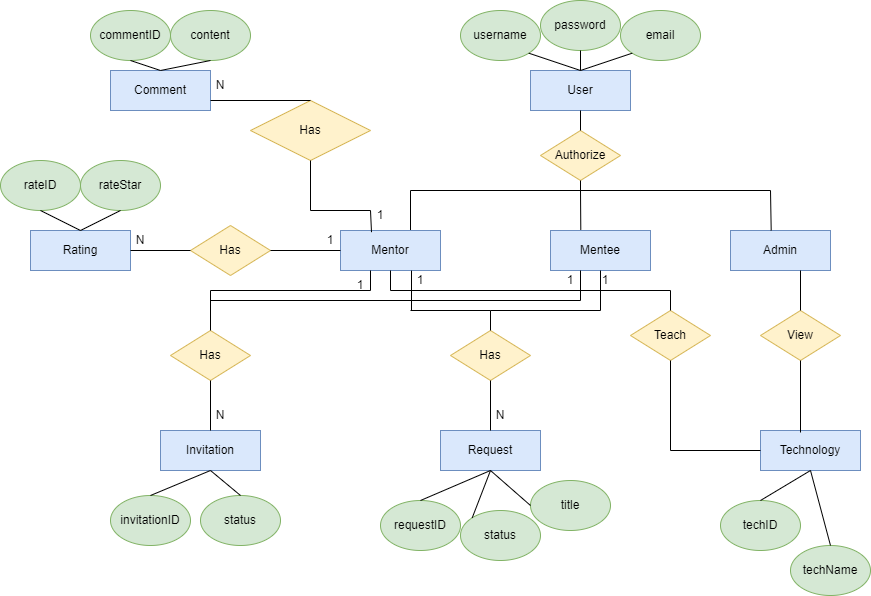
Above: demoERD.drawio.png in dungdt23/SWP391_Document (draw.io), before the change. Source tidied: cells renumbered, new cells last; positions are measured from the earlier drawing's top-left corner, leaving out a move shared by most shapes.
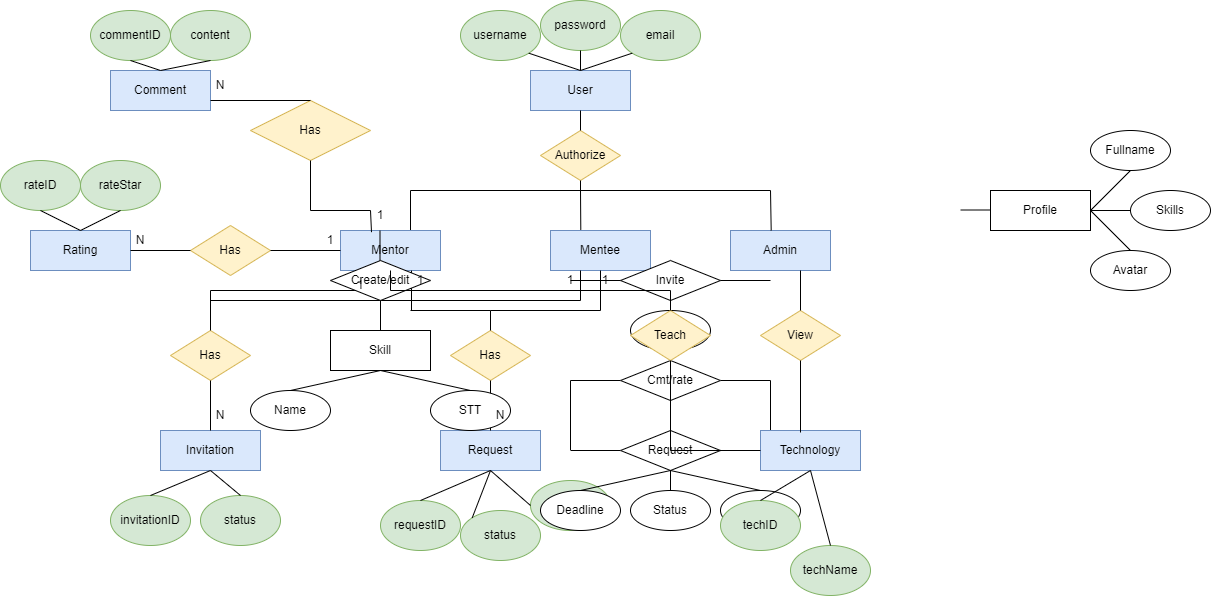
The same diagram one commit later.

The edit, as a diff of the source:
```diff
@@ -79,144 +79,304 @@
     <mxCell id="23" value="Has" style="shape=rhombus;perimeter=rhombusPerimeter;whiteSpace=wrap;html=1;align=center;fillColor=#fff2cc;strokeColor=#d6b656;" parent="1" vertex="1">
       <mxGeometry x="450" y="330" width="80" height="50" as="geometry" />
     </mxCell>
+    <mxCell id="87" style="endArrow=none;html=1;rounded=0;" parent="1" edge="1">
+      <mxGeometry relative="1" as="geometry">
+        <mxPoint x="570" y="280" as="sourcePoint" />
+        <mxPoint x="630" y="280" as="targetPoint" />
+      </mxGeometry>
+    </mxCell>
     <mxCell id="24" style="endArrow=none;html=1;rounded=0;exitX=0.5;exitY=0;exitDx=0;exitDy=0;entryX=0.5;entryY=1;entryDx=0;entryDy=0;" parent="1" edge="1" source="20" target="19">
       <mxGeometry relative="1" as="geometry" />
     </mxCell>
+    <mxCell id="88" style="endArrow=none;html=1;rounded=0;" parent="1" edge="1">
+      <mxGeometry relative="1" as="geometry">
+        <mxPoint x="770" y="280" as="sourcePoint" />
+        <mxPoint x="710" y="280" as="targetPoint" />
+      </mxGeometry>
+    </mxCell>
     <mxCell id="25" style="endArrow=none;html=1;rounded=0;entryX=0.5;entryY=1;entryDx=0;entryDy=0;exitX=0;exitY=0;exitDx=0;exitDy=0;" parent="1" edge="1" source="21" target="19">
       <mxGeometry relative="1" as="geometry" />
     </mxCell>
+    <mxCell id="89" value="Invite" style="shape=rhombus;perimeter=rhombusPerimeter;whiteSpace=wrap;html=1;align=center;" parent="1" vertex="1">
+      <mxGeometry x="620" y="260" width="100" height="40" as="geometry" />
+    </mxCell>
     <mxCell id="26" style="endArrow=none;html=1;rounded=0;entryX=0.5;entryY=1;entryDx=0;entryDy=0;" parent="1" edge="1" target="15">
       <mxGeometry relative="1" as="geometry">
         <mxPoint x="600" y="310" as="sourcePoint" />
       </mxGeometry>
     </mxCell>
+    <mxCell id="90" style="endArrow=none;html=1;rounded=0;" parent="1" edge="1">
+      <mxGeometry relative="1" as="geometry">
+        <mxPoint x="570" y="450" as="sourcePoint" />
+        <mxPoint x="620" y="450" as="targetPoint" />
+      </mxGeometry>
+    </mxCell>
     <mxCell id="27" style="endArrow=none;html=1;rounded=0;" parent="1" edge="1">
       <mxGeometry relative="1" as="geometry">
         <mxPoint x="490" y="310" as="sourcePoint" />
         <mxPoint x="600" y="310" as="targetPoint" />
       </mxGeometry>
     </mxCell>
+    <mxCell id="91" style="endArrow=none;html=1;rounded=0;" parent="1" edge="1">
+      <mxGeometry relative="1" as="geometry">
+        <mxPoint x="770" y="450" as="sourcePoint" />
+        <mxPoint x="720" y="450" as="targetPoint" />
+      </mxGeometry>
+    </mxCell>
     <mxCell id="28" style="endArrow=none;html=1;rounded=0;entryX=0.71;entryY=1.002;entryDx=0;entryDy=0;entryPerimeter=0;" parent="1" edge="1" target="14">
       <mxGeometry relative="1" as="geometry">
         <mxPoint x="411" y="310" as="sourcePoint" />
       </mxGeometry>
     </mxCell>
+    <mxCell id="92" value="Request" style="shape=rhombus;perimeter=rhombusPerimeter;whiteSpace=wrap;html=1;align=center;" parent="1" vertex="1">
+      <mxGeometry x="620" y="430" width="100" height="40" as="geometry" />
+    </mxCell>
     <mxCell id="29" style="endArrow=none;html=1;rounded=0;" parent="1" edge="1">
       <mxGeometry relative="1" as="geometry">
         <mxPoint x="410" y="310" as="sourcePoint" />
         <mxPoint x="490" y="310" as="targetPoint" />
       </mxGeometry>
     </mxCell>
+    <mxCell id="93" style="endArrow=none;html=1;rounded=0;entryX=0;entryY=0.5;entryDx=0;entryDy=0;" parent="1" edge="1">
+      <mxGeometry relative="1" as="geometry">
+        <mxPoint x="670" y="310" as="sourcePoint" />
+        <mxPoint x="670" y="300" as="targetPoint" />
+      </mxGeometry>
+    </mxCell>
     <mxCell id="30" style="endArrow=none;html=1;rounded=0;entryX=0.5;entryY=1;entryDx=0;entryDy=0;exitX=0.5;exitY=0;exitDx=0;exitDy=0;" parent="1" edge="1" source="19" target="23">
       <mxGeometry relative="1" as="geometry" />
     </mxCell>
+    <mxCell id="94" value="Status" style="ellipse;whiteSpace=wrap;html=1;align=center;" parent="1" vertex="1">
+      <mxGeometry x="630" y="310" width="80" height="40" as="geometry" />
+    </mxCell>
     <mxCell id="31" style="endArrow=none;html=1;rounded=0;exitX=0.5;exitY=0;exitDx=0;exitDy=0;" parent="1" edge="1" source="23">
       <mxGeometry relative="1" as="geometry">
         <mxPoint x="490" y="310" as="targetPoint" />
       </mxGeometry>
     </mxCell>
+    <mxCell id="95" style="endArrow=none;html=1;rounded=0;entryX=1;entryY=0.5;entryDx=0;entryDy=0;" parent="1" edge="1">
+      <mxGeometry relative="1" as="geometry">
+        <mxPoint x="670" y="490" as="sourcePoint" />
+        <mxPoint x="670" y="470" as="targetPoint" />
+      </mxGeometry>
+    </mxCell>
     <mxCell id="32" value="Invitation" style="whiteSpace=wrap;html=1;align=center;fillColor=#dae8fc;strokeColor=#6c8ebf;" parent="1" vertex="1">
       <mxGeometry x="160" y="430" width="100" height="40" as="geometry" />
     </mxCell>
+    <mxCell id="96" value="Status" style="ellipse;whiteSpace=wrap;html=1;align=center;" parent="1" vertex="1">
+      <mxGeometry x="630" y="490" width="80" height="40" as="geometry" />
+    </mxCell>
     <mxCell id="33" value="title" style="ellipse;whiteSpace=wrap;html=1;align=center;fillColor=#d5e8d4;strokeColor=#82b366;" parent="1" vertex="1">
       <mxGeometry x="530" y="480" width="80" height="50" as="geometry" />
     </mxCell>
+    <mxCell id="97" style="endArrow=none;html=1;rounded=0;entryX=0.5;entryY=1;entryDx=0;entryDy=0;" parent="1" edge="1" target="92">
+      <mxGeometry relative="1" as="geometry">
+        <mxPoint x="760" y="490" as="sourcePoint" />
+      </mxGeometry>
+    </mxCell>
     <mxCell id="34" style="endArrow=none;html=1;rounded=0;exitX=0.5;exitY=1;exitDx=0;exitDy=0;entryX=0;entryY=0.5;entryDx=0;entryDy=0;" parent="1" edge="1" source="19" target="33">
       <mxGeometry relative="1" as="geometry" />
     </mxCell>
+    <mxCell id="98" value="Title" style="ellipse;whiteSpace=wrap;html=1;align=center;" parent="1" vertex="1">
+      <mxGeometry x="720" y="490" width="80" height="40" as="geometry" />
+    </mxCell>
     <mxCell id="35" value="invitationID" style="ellipse;whiteSpace=wrap;html=1;align=center;fillColor=#d5e8d4;strokeColor=#82b366;" parent="1" vertex="1">
       <mxGeometry x="110" y="495" width="80" height="50" as="geometry" />
     </mxCell>
+    <mxCell id="99" style="endArrow=none;html=1;rounded=0;entryX=0.5;entryY=1;entryDx=0;entryDy=0;" parent="1" edge="1" target="92">
+      <mxGeometry relative="1" as="geometry">
+        <mxPoint x="580" y="490" as="sourcePoint" />
+      </mxGeometry>
+    </mxCell>
     <mxCell id="36" value="status" style="ellipse;whiteSpace=wrap;html=1;align=center;fillColor=#d5e8d4;strokeColor=#82b366;" parent="1" vertex="1">
       <mxGeometry x="200" y="495" width="80" height="50" as="geometry" />
     </mxCell>
+    <mxCell id="100" value="Deadline" style="ellipse;whiteSpace=wrap;html=1;align=center;" parent="1" vertex="1">
+      <mxGeometry x="540" y="490" width="80" height="40" as="geometry" />
+    </mxCell>
     <mxCell id="37" style="endArrow=none;html=1;rounded=0;exitX=0.5;exitY=1;exitDx=0;exitDy=0;entryX=0.5;entryY=0;entryDx=0;entryDy=0;" parent="1" edge="1" source="32" target="35">
       <mxGeometry relative="1" as="geometry" />
     </mxCell>
+    <mxCell id="101" style="endArrow=none;html=1;rounded=0;exitX=0;exitY=0.5;exitDx=0;exitDy=0;entryX=1;entryY=0.5;entryDx=0;entryDy=0;" parent="1" edge="1" source="x">
+      <mxGeometry relative="1" as="geometry">
+        <mxPoint x="830" y="210" as="targetPoint" />
+      </mxGeometry>
+    </mxCell>
     <mxCell id="38" style="endArrow=none;html=1;rounded=0;entryX=0.5;entryY=1;entryDx=0;entryDy=0;exitX=0.5;exitY=0;exitDx=0;exitDy=0;" parent="1" edge="1" source="36" target="32">
       <mxGeometry relative="1" as="geometry" />
     </mxCell>
+    <mxCell id="102" value="Profile" style="whiteSpace=wrap;html=1;align=center;" parent="1" vertex="1">
+      <mxGeometry x="990" y="190" width="100" height="40" as="geometry" />
+    </mxCell>
     <mxCell id="39" style="endArrow=none;html=1;rounded=0;exitX=0.5;exitY=0;exitDx=0;exitDy=0;entryX=0.5;entryY=1;entryDx=0;entryDy=0;" parent="1" edge="1" source="32" target="22">
       <mxGeometry relative="1" as="geometry" />
     </mxCell>
+    <mxCell id="103" style="endArrow=none;html=1;rounded=0;exitX=0;exitY=0.5;exitDx=0;exitDy=0;entryX=1;entryY=0.5;entryDx=0;entryDy=0;" parent="1" edge="1">
+      <mxGeometry relative="1" as="geometry">
+        <mxPoint x="990" y="209.5" as="sourcePoint" />
+        <mxPoint x="960" y="209.5" as="targetPoint" />
+      </mxGeometry>
+    </mxCell>
     <mxCell id="40" style="endArrow=none;html=1;rounded=0;" parent="1" edge="1">
       <mxGeometry relative="1" as="geometry">
         <mxPoint x="580" y="300" as="sourcePoint" />
         <mxPoint x="580" y="270" as="targetPoint" />
       </mxGeometry>
     </mxCell>
+    <mxCell id="104" style="endArrow=none;html=1;rounded=0;entryX=0.5;entryY=1;entryDx=0;entryDy=0;exitX=0.5;exitY=0;exitDx=0;exitDy=0;" parent="1" edge="1" source="105">
+      <mxGeometry relative="1" as="geometry">
+        <mxPoint x="1090" y="210" as="targetPoint" />
+      </mxGeometry>
+    </mxCell>
     <mxCell id="41" style="endArrow=none;html=1;rounded=0;" parent="1" edge="1">
       <mxGeometry relative="1" as="geometry">
         <mxPoint x="370" y="290" as="sourcePoint" />
         <mxPoint x="370" y="270" as="targetPoint" />
       </mxGeometry>
     </mxCell>
+    <mxCell id="105" value="Avatar" style="ellipse;whiteSpace=wrap;html=1;align=center;" parent="1" vertex="1">
+      <mxGeometry x="1090" y="250" width="80" height="40" as="geometry" />
+    </mxCell>
     <mxCell id="42" style="endArrow=none;html=1;rounded=0;" parent="1" edge="1">
       <mxGeometry relative="1" as="geometry">
         <mxPoint x="210" y="290" as="sourcePoint" />
         <mxPoint x="370" y="290" as="targetPoint" />
       </mxGeometry>
     </mxCell>
+    <mxCell id="106" style="endArrow=none;html=1;rounded=0;entryX=1;entryY=0.5;entryDx=0;entryDy=0;" parent="1" edge="1" source="107" target="102">
+      <mxGeometry relative="1" as="geometry" />
+    </mxCell>
     <mxCell id="43" style="endArrow=none;html=1;rounded=0;" parent="1" edge="1">
       <mxGeometry relative="1" as="geometry">
         <mxPoint x="210" y="300" as="sourcePoint" />
         <mxPoint x="580" y="300" as="targetPoint" />
       </mxGeometry>
     </mxCell>
+    <mxCell id="107" value="Skills" style="ellipse;whiteSpace=wrap;html=1;align=center;" parent="1" vertex="1">
+      <mxGeometry x="1130" y="190" width="80" height="40" as="geometry" />
+    </mxCell>
     <mxCell id="44" style="endArrow=none;html=1;rounded=0;exitX=0.5;exitY=0;exitDx=0;exitDy=0;" parent="1" edge="1" source="22">
       <mxGeometry relative="1" as="geometry">
         <mxPoint x="210" y="290" as="targetPoint" />
       </mxGeometry>
     </mxCell>
+    <mxCell id="108" style="endArrow=none;html=1;rounded=0;entryX=1;entryY=0.5;entryDx=0;entryDy=0;exitX=0.5;exitY=1;exitDx=0;exitDy=0;" parent="1" edge="1" source="109" target="102">
+      <mxGeometry relative="1" as="geometry" />
+    </mxCell>
     <mxCell id="45" value="Comment" style="whiteSpace=wrap;html=1;align=center;fillColor=#dae8fc;strokeColor=#6c8ebf;" parent="1" vertex="1">
       <mxGeometry x="110" y="70" width="100" height="40" as="geometry" />
     </mxCell>
+    <mxCell id="109" value="Fullname" style="ellipse;whiteSpace=wrap;html=1;align=center;" parent="1" vertex="1">
+      <mxGeometry x="1090" y="130" width="80" height="40" as="geometry" />
+    </mxCell>
     <mxCell id="46" value="commentID" style="ellipse;whiteSpace=wrap;html=1;align=center;fillColor=#d5e8d4;strokeColor=#82b366;" parent="1" vertex="1">
       <mxGeometry x="90" y="10" width="80" height="50" as="geometry" />
     </mxCell>
+    <mxCell id="110" style="endArrow=none;html=1;rounded=0;entryX=0;entryY=0.5;entryDx=0;entryDy=0;" parent="1" edge="1">
+      <mxGeometry relative="1" as="geometry">
+        <mxPoint x="379.5" y="270" as="sourcePoint" />
+        <mxPoint x="379.5" y="230" as="targetPoint" />
+      </mxGeometry>
+    </mxCell>
     <mxCell id="47" value="content" style="ellipse;whiteSpace=wrap;html=1;align=center;fillColor=#d5e8d4;strokeColor=#82b366;" parent="1" vertex="1">
       <mxGeometry x="170" y="10" width="80" height="50" as="geometry" />
     </mxCell>
+    <mxCell id="111" value="Create/edit" style="shape=rhombus;perimeter=rhombusPerimeter;whiteSpace=wrap;html=1;align=center;" parent="1" vertex="1">
+      <mxGeometry x="330" y="260" width="100" height="40" as="geometry" />
+    </mxCell>
     <mxCell id="48" style="endArrow=none;html=1;rounded=0;entryX=0.5;entryY=1;entryDx=0;entryDy=0;exitX=0.5;exitY=0;exitDx=0;exitDy=0;" parent="1" edge="1" source="45" target="46">
       <mxGeometry relative="1" as="geometry" />
     </mxCell>
+    <mxCell id="112" value="Skill" style="whiteSpace=wrap;html=1;align=center;" parent="1" vertex="1">
+      <mxGeometry x="330" y="330" width="100" height="40" as="geometry" />
+    </mxCell>
     <mxCell id="49" style="endArrow=none;html=1;rounded=0;entryX=0.5;entryY=0;entryDx=0;entryDy=0;exitX=0.5;exitY=1;exitDx=0;exitDy=0;" parent="1" edge="1" source="47" target="45">
       <mxGeometry relative="1" as="geometry" />
     </mxCell>
+    <mxCell id="113" style="endArrow=none;html=1;rounded=0;exitX=0.5;exitY=0;exitDx=0;exitDy=0;entryX=1;entryY=0.5;entryDx=0;entryDy=0;" parent="1" edge="1" source="112">
+      <mxGeometry relative="1" as="geometry">
+        <mxPoint x="380" y="300" as="targetPoint" />
+      </mxGeometry>
+    </mxCell>
     <mxCell id="50" style="endArrow=none;html=1;rounded=0;" parent="1" edge="1">
       <mxGeometry relative="1" as="geometry">
         <mxPoint x="310" y="210" as="sourcePoint" />
         <mxPoint x="370" y="210" as="targetPoint" />
       </mxGeometry>
     </mxCell>
+    <mxCell id="114" style="endArrow=none;html=1;rounded=0;entryX=0.5;entryY=1;entryDx=0;entryDy=0;" parent="1" edge="1">
+      <mxGeometry relative="1" as="geometry">
+        <mxPoint x="470" y="390" as="sourcePoint" />
+        <mxPoint x="380" y="370" as="targetPoint" />
+      </mxGeometry>
+    </mxCell>
     <mxCell id="51" value="Has" style="shape=rhombus;perimeter=rhombusPerimeter;whiteSpace=wrap;html=1;align=center;fillColor=#fff2cc;strokeColor=#d6b656;" parent="1" vertex="1">
       <mxGeometry x="250" y="100" width="120" height="60" as="geometry" />
     </mxCell>
+    <mxCell id="115" value="STT" style="ellipse;whiteSpace=wrap;html=1;align=center;" parent="1" vertex="1">
+      <mxGeometry x="430" y="390" width="80" height="40" as="geometry" />
+    </mxCell>
     <mxCell id="52" style="endArrow=none;html=1;rounded=0;entryX=0.5;entryY=1;entryDx=0;entryDy=0;" parent="1" edge="1" target="51">
       <mxGeometry relative="1" as="geometry">
         <mxPoint x="310" y="210" as="sourcePoint" />
       </mxGeometry>
     </mxCell>
+    <mxCell id="116" style="endArrow=none;html=1;rounded=0;entryX=0.5;entryY=1;entryDx=0;entryDy=0;" parent="1" edge="1">
+      <mxGeometry relative="1" as="geometry">
+        <mxPoint x="290" y="390" as="sourcePoint" />
+        <mxPoint x="380" y="370" as="targetPoint" />
+      </mxGeometry>
+    </mxCell>
     <mxCell id="53" style="endArrow=none;html=1;rounded=0;exitX=0.31;exitY=0.042;exitDx=0;exitDy=0;exitPerimeter=0;" parent="1" edge="1" source="14">
       <mxGeometry relative="1" as="geometry">
         <mxPoint x="370" y="210" as="targetPoint" />
       </mxGeometry>
     </mxCell>
+    <mxCell id="117" value="Name" style="ellipse;whiteSpace=wrap;html=1;align=center;" parent="1" vertex="1">
+      <mxGeometry x="250" y="390" width="80" height="40" as="geometry" />
+    </mxCell>
     <mxCell id="54" style="endArrow=none;html=1;rounded=0;entryX=1;entryY=0.75;entryDx=0;entryDy=0;exitX=0.5;exitY=0;exitDx=0;exitDy=0;entryPerimeter=0;" parent="1" edge="1" source="51" target="45">
       <mxGeometry relative="1" as="geometry" />
     </mxCell>
+    <mxCell id="118" style="endArrow=none;html=1;rounded=0;" parent="1" edge="1">
+      <mxGeometry relative="1" as="geometry">
+        <mxPoint x="570" y="380" as="sourcePoint" />
+        <mxPoint x="620" y="380" as="targetPoint" />
+      </mxGeometry>
+    </mxCell>
     <mxCell id="55" value="Rating" style="whiteSpace=wrap;html=1;align=center;fillColor=#dae8fc;strokeColor=#6c8ebf;" parent="1" vertex="1">
       <mxGeometry x="30" y="230" width="100" height="40" as="geometry" />
     </mxCell>
+    <mxCell id="119" style="endArrow=none;html=1;rounded=0;" parent="1" edge="1">
+      <mxGeometry relative="1" as="geometry">
+        <mxPoint x="770" y="380" as="sourcePoint" />
+        <mxPoint x="720" y="380" as="targetPoint" />
+      </mxGeometry>
+    </mxCell>
     <mxCell id="56" value="rateID" style="ellipse;whiteSpace=wrap;html=1;align=center;fillColor=#d5e8d4;strokeColor=#82b366;" parent="1" vertex="1">
       <mxGeometry y="160" width="80" height="50" as="geometry" />
     </mxCell>
+    <mxCell id="120" value="Cmt/rate" style="shape=rhombus;perimeter=rhombusPerimeter;whiteSpace=wrap;html=1;align=center;" parent="1" vertex="1">
+      <mxGeometry x="620" y="360" width="100" height="40" as="geometry" />
+    </mxCell>
     <mxCell id="57" value="rateStar" style="ellipse;whiteSpace=wrap;html=1;align=center;fillColor=#d5e8d4;strokeColor=#82b366;" parent="1" vertex="1">
       <mxGeometry x="80" y="160" width="80" height="50" as="geometry" />
     </mxCell>
+    <mxCell id="121" style="endArrow=none;html=1;rounded=0;" parent="1" edge="1">
+      <mxGeometry relative="1" as="geometry">
+        <mxPoint x="570" y="380" as="sourcePoint" />
+        <mxPoint x="570" y="449.5" as="targetPoint" />
+      </mxGeometry>
+    </mxCell>
     <mxCell id="58" style="endArrow=none;html=1;rounded=0;entryX=0.5;entryY=1;entryDx=0;entryDy=0;exitX=0.5;exitY=0;exitDx=0;exitDy=0;" parent="1" edge="1" source="55" target="56">
       <mxGeometry relative="1" as="geometry" />
     </mxCell>
+    <mxCell id="122" style="endArrow=none;html=1;rounded=0;" parent="1" edge="1">
+      <mxGeometry relative="1" as="geometry">
+        <mxPoint x="770" y="449.5" as="sourcePoint" />
+        <mxPoint x="770" y="380" as="targetPoint" />
+      </mxGeometry>
+    </mxCell>
     <mxCell id="59" style="endArrow=none;html=1;rounded=0;entryX=0.5;entryY=1;entryDx=0;entryDy=0;exitX=0.5;exitY=0;exitDx=0;exitDy=0;" parent="1" edge="1" source="55" target="57">
       <mxGeometry relative="1" as="geometry" />
     </mxCell>
```
